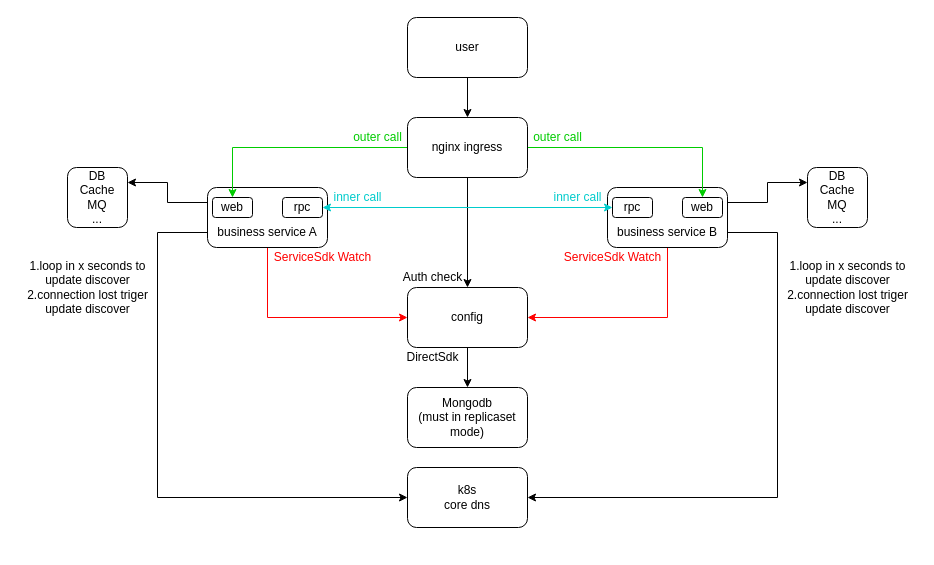
Earlier version of the draw.io diagram Corelib.drawio (chenjie199234/Corelib). Source tidied: cells renumbered, new cells numbered last; positions are measured from the earlier drawing's top-left corner, leaving out a move shared by most shapes. Both pictures are drawn from the tidied source at 100%, with x=0, y=0 at pixel (17, 17).
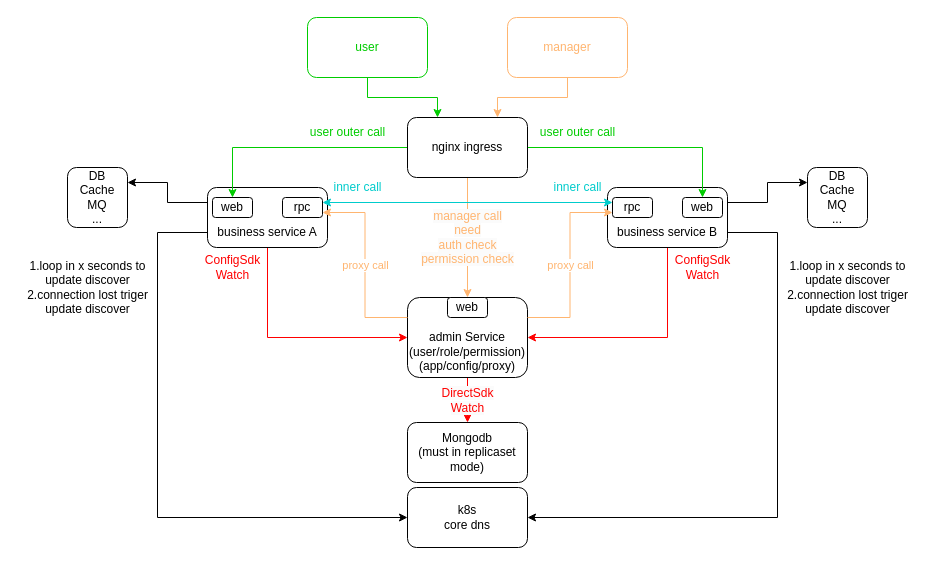
The same diagram, later.

Unchanged cells that the change refers to:
```xml
<mxCell id="9" value="&lt;br&gt;&lt;br&gt;business service A" style="rounded=1;whiteSpace=wrap;html=1;" parent="1" vertex="1">
  <mxGeometry x="190" y="170" width="120" height="60" as="geometry" />
</mxCell>
<mxCell id="13" value="&lt;br&gt;&lt;br&gt;business service B" style="rounded=1;whiteSpace=wrap;html=1;" parent="1" vertex="1">
  <mxGeometry x="590" y="170" width="120" height="60" as="geometry" />
</mxCell>
<mxCell id="19" value="&lt;font color=&quot;#000000&quot;&gt;nginx ingress&lt;/font&gt;" style="rounded=1;whiteSpace=wrap;html=1;fontColor=#FF0000;" parent="1" vertex="1">
  <mxGeometry x="390" y="100" width="120" height="60" as="geometry" />
</mxCell>
<mxCell id="27" value="rpc" style="rounded=1;whiteSpace=wrap;html=1;" parent="1" vertex="1">
  <mxGeometry x="265" y="180" width="40" height="20" as="geometry" />
</mxCell>
<mxCell id="28" value="rpc" style="rounded=1;whiteSpace=wrap;html=1;" parent="1" vertex="1">
  <mxGeometry x="595" y="180" width="40" height="20" as="geometry" />
</mxCell>
```

The edit, as a diff of the source:
```diff
@@
     <mxCell id="2" value="Mongodb&lt;br&gt;(must in replicaset mode)" style="rounded=1;whiteSpace=wrap;html=1;" parent="1" vertex="1">
-      <mxGeometry x="390" y="370" width="120" height="60" as="geometry" />
+      <mxGeometry x="390" y="405" width="120" height="60" as="geometry" />
     </mxCell>
-    <mxCell id="3" style="edgeStyle=orthogonalEdgeStyle;rounded=0;jettySize=auto;html=1;exitX=0.5;exitY=1;exitDx=0;exitDy=0;entryX=0.5;entryY=0;entryDx=0;entryDy=0;fontColor=#FF0000;strokeColor=#000000;" parent="1" edge="1" source="4" target="2">
+    <mxCell id="3" value="&lt;span style=&quot;caret-color: rgb(0, 0, 0); font-family: Helvetica; font-size: 12px; font-style: normal; font-variant-caps: normal; font-weight: 400; letter-spacing: normal; text-align: center; text-indent: 0px; text-transform: none; word-spacing: 0px; -webkit-text-stroke-width: 0px; background-color: rgb(251, 251, 251); text-decoration: none; float: none; display: inline !important;&quot;&gt;DirectSdk&lt;/span&gt;&lt;br style=&quot;border-color: var(--border-color); caret-color: rgb(0, 0, 0); font-family: Helvetica; font-size: 12px; font-style: normal; font-variant-caps: normal; font-weight: 400; letter-spacing: normal; text-align: center; text-indent: 0px; text-transform: none; word-spacing: 0px; -webkit-text-stroke-width: 0px; text-decoration: none;&quot;&gt;&lt;span style=&quot;caret-color: rgb(0, 0, 0); font-family: Helvetica; font-size: 12px; font-style: normal; font-variant-caps: normal; font-weight: 400; letter-spacing: normal; text-align: center; text-indent: 0px; text-transform: none; word-spacing: 0px; -webkit-text-stroke-width: 0px; background-color: rgb(251, 251, 251); text-decoration: none; float: none; display: inline !important;&quot;&gt;Watch&lt;/span&gt;" style="edgeStyle=orthogonalEdgeStyle;rounded=0;jettySize=auto;html=1;exitX=0.5;exitY=1;exitDx=0;exitDy=0;entryX=0.5;entryY=0;entryDx=0;entryDy=0;fontColor=#FF0000;strokeColor=#FF0000;" parent="1" edge="1" source="4" target="2">
       <mxGeometry relative="1" as="geometry" />
     </mxCell>
-    <mxCell id="4" value="config" style="rounded=1;whiteSpace=wrap;html=1;" parent="1" vertex="1">
-      <mxGeometry x="390" y="270" width="120" height="60" as="geometry" />
+    <mxCell id="4" value="&lt;br&gt;&lt;br&gt;admin Service&lt;br&gt;(user/role/permission)&lt;br&gt;(app/config/proxy)" style="rounded=1;whiteSpace=wrap;html=1;" parent="1" vertex="1">
+      <mxGeometry x="390" y="280" width="120" height="80" as="geometry" />
     </mxCell>
-    <mxCell id="5" value="DirectSdk" style="text;html=1;align=center;verticalAlign=middle;strokeColor=none;fillColor=none;" parent="1" vertex="1">
-      <mxGeometry x="380" y="330" width="70" height="20" as="geometry" />
-    </mxCell>
@@
     <mxCell id="8" style="edgeStyle=orthogonalEdgeStyle;rounded=0;jettySize=auto;html=1;exitX=0;exitY=0.75;exitDx=0;exitDy=0;entryX=0;entryY=0.5;entryDx=0;entryDy=0;fontColor=#000000;strokeColor=#000000;" parent="1" edge="1" source="9" target="34">
       <mxGeometry relative="1" as="geometry">
         <Array as="points">
           <mxPoint x="140" y="215" />
-          <mxPoint x="140" y="480" />
+          <mxPoint x="140" y="500" />
         </Array>
       </mxGeometry>
     </mxCell>
@@
     <mxCell id="12" style="edgeStyle=orthogonalEdgeStyle;rounded=0;jettySize=auto;html=1;exitX=1;exitY=0.75;exitDx=0;exitDy=0;entryX=1;entryY=0.5;entryDx=0;entryDy=0;fontColor=#000000;strokeColor=#000000;" parent="1" edge="1" source="13" target="34">
       <mxGeometry relative="1" as="geometry">
         <Array as="points">
           <mxPoint x="760" y="215" />
-          <mxPoint x="760" y="480" />
+          <mxPoint x="760" y="500" />
         </Array>
       </mxGeometry>
     </mxCell>
@@
-    <mxCell id="14" value="&lt;font color=&quot;#ff0000&quot;&gt;ServiceSdk Watch&lt;/font&gt;" style="text;html=1;align=center;verticalAlign=middle;strokeColor=none;fillColor=none;" parent="1" vertex="1">
-      <mxGeometry x="250" y="230" width="110" height="20" as="geometry" />
+    <mxCell id="14" value="&lt;font color=&quot;#ff0000&quot;&gt;ConfigSdk&lt;br&gt;Watch&lt;/font&gt;" style="text;html=1;align=center;verticalAlign=middle;strokeColor=none;fillColor=none;" parent="1" vertex="1">
+      <mxGeometry x="175" y="230" width="80" height="40" as="geometry" />
     </mxCell>
-    <mxCell id="15" value="&lt;font color=&quot;#ff0000&quot;&gt;ServiceSdk Watch&lt;/font&gt;" style="text;html=1;align=center;verticalAlign=middle;strokeColor=none;fillColor=none;" parent="1" vertex="1">
-      <mxGeometry x="540" y="230" width="110" height="20" as="geometry" />
+    <mxCell id="15" value="&lt;font color=&quot;#ff0000&quot;&gt;ConfigSdk&lt;br&gt;Watch&lt;/font&gt;" style="text;html=1;align=center;verticalAlign=middle;strokeColor=none;fillColor=none;" parent="1" vertex="1">
+      <mxGeometry x="645" y="230" width="80" height="40" as="geometry" />
     </mxCell>
-    <mxCell id="16" style="edgeStyle=orthogonalEdgeStyle;rounded=0;jettySize=auto;html=1;exitX=0.5;exitY=1;exitDx=0;exitDy=0;entryX=0.5;entryY=0;entryDx=0;entryDy=0;fontColor=#000000;strokeColor=#000000;" parent="1" edge="1" source="19" target="4">
+    <mxCell id="16" value="&lt;span style=&quot;caret-color: rgb(0, 0, 0); font-family: Helvetica; font-size: 12px; font-style: normal; font-variant-caps: normal; font-weight: 400; letter-spacing: normal; text-align: center; text-indent: 0px; text-transform: none; word-spacing: 0px; -webkit-text-stroke-width: 0px; background-color: rgb(251, 251, 251); text-decoration: none; float: none; display: inline !important;&quot;&gt;&lt;font color=&quot;#ffb570&quot;&gt;manager call&lt;br&gt;need&lt;br&gt;auth check&lt;br&gt;permission check&lt;br&gt;&lt;/font&gt;&lt;/span&gt;" style="edgeStyle=orthogonalEdgeStyle;rounded=0;jettySize=auto;html=1;exitX=0.5;exitY=1;exitDx=0;exitDy=0;entryX=0.5;entryY=0;entryDx=0;entryDy=0;fontColor=#000000;strokeColor=#FFB570;" parent="1" edge="1" source="19" target="4">
       <mxGeometry relative="1" as="geometry" />
     </mxCell>
@@
-    <mxCell id="20" style="edgeStyle=orthogonalEdgeStyle;rounded=0;jettySize=auto;html=1;exitX=0.5;exitY=1;exitDx=0;exitDy=0;fontColor=#000000;strokeColor=#000000;" parent="1" edge="1" source="21" target="19">
+    <mxCell id="20" style="edgeStyle=orthogonalEdgeStyle;rounded=0;jettySize=auto;html=1;exitX=0.5;exitY=1;exitDx=0;exitDy=0;fontColor=#000000;strokeColor=#00CC00;entryX=0.25;entryY=0;entryDx=0;entryDy=0;" parent="1" edge="1" source="21" target="19">
       <mxGeometry relative="1" as="geometry" />
     </mxCell>
-    <mxCell id="21" value="user" style="rounded=1;whiteSpace=wrap;html=1;fontColor=#000000;" parent="1" vertex="1">
-      <mxGeometry x="390" width="120" height="60" as="geometry" />
+    <mxCell id="21" value="&lt;font color=&quot;#00cc00&quot;&gt;user&lt;/font&gt;" style="rounded=1;whiteSpace=wrap;html=1;fontColor=#000000;strokeColor=#00CC00;" parent="1" vertex="1">
+      <mxGeometry x="290" width="120" height="60" as="geometry" />
     </mxCell>
-    <mxCell id="22" value="Auth check" style="text;html=1;align=center;verticalAlign=middle;strokeColor=none;fillColor=none;fontColor=#000000;" parent="1" vertex="1">
-      <mxGeometry x="380" y="250" width="70" height="20" as="geometry" />
-    </mxCell>
@@
-    <mxCell id="29" style="endArrow=classic;startArrow=classic;html=1;rounded=0;exitX=1;exitY=0.5;exitDx=0;exitDy=0;entryX=0;entryY=0.5;entryDx=0;entryDy=0;strokeColor=#00CCCC;" parent="1" edge="1" source="27" target="28">
+    <mxCell id="29" style="endArrow=classic;startArrow=classic;html=1;rounded=0;exitX=1;exitY=0.25;exitDx=0;exitDy=0;entryX=0;entryY=0.25;entryDx=0;entryDy=0;strokeColor=#00CCCC;" parent="1" edge="1" source="27" target="28">
       <mxGeometry relative="1" as="geometry" />
     </mxCell>
-    <mxCell id="30" value="&lt;font color=&quot;#00cc00&quot;&gt;outer call&lt;/font&gt;" style="text;html=1;align=center;verticalAlign=middle;strokeColor=none;fillColor=none;" parent="1" vertex="1">
-      <mxGeometry x="510" y="110" width="60" height="20" as="geometry" />
+    <mxCell id="30" value="&lt;font color=&quot;#00cc00&quot;&gt;user outer call&lt;/font&gt;" style="text;html=1;align=center;verticalAlign=middle;strokeColor=none;fillColor=none;" parent="1" vertex="1">
+      <mxGeometry x="510" y="100" width="100" height="30" as="geometry" />
     </mxCell>
-    <mxCell id="31" value="&lt;font color=&quot;#00cc00&quot;&gt;outer call&lt;/font&gt;" style="text;html=1;align=center;verticalAlign=middle;strokeColor=none;fillColor=none;" parent="1" vertex="1">
-      <mxGeometry x="330" y="110" width="60" height="20" as="geometry" />
+    <mxCell id="31" value="&lt;font color=&quot;#00cc00&quot;&gt;user outer call&lt;/font&gt;" style="text;html=1;align=center;verticalAlign=middle;strokeColor=none;fillColor=none;" parent="1" vertex="1">
+      <mxGeometry x="280" y="100" width="100" height="30" as="geometry" />
     </mxCell>
     <mxCell id="32" value="&lt;font color=&quot;#00cccc&quot;&gt;inner call&lt;/font&gt;" style="text;html=1;align=center;verticalAlign=middle;strokeColor=none;fillColor=none;fontColor=#00CC00;" parent="1" vertex="1">
-      <mxGeometry x="310" y="170" width="60" height="20" as="geometry" />
+      <mxGeometry x="310" y="160" width="60" height="20" as="geometry" />
     </mxCell>
     <mxCell id="33" value="&lt;font color=&quot;#00cccc&quot;&gt;inner call&lt;/font&gt;" style="text;html=1;align=center;verticalAlign=middle;strokeColor=none;fillColor=none;fontColor=#00CC00;" parent="1" vertex="1">
-      <mxGeometry x="530" y="170" width="60" height="20" as="geometry" />
+      <mxGeometry x="530" y="160" width="60" height="20" as="geometry" />
     </mxCell>
     <mxCell id="34" value="&lt;font color=&quot;#000000&quot;&gt;k8s&lt;br&gt;core dns&lt;/font&gt;" style="rounded=1;whiteSpace=wrap;html=1;fontColor=#00CCCC;" parent="1" vertex="1">
-      <mxGeometry x="390" y="450" width="120" height="60" as="geometry" />
+      <mxGeometry x="390" y="470" width="120" height="60" as="geometry" />
     </mxCell>
@@
+    <mxCell id="37" value="&lt;font color=&quot;#ffb570&quot;&gt;proxy call&lt;/font&gt;" style="edgeStyle=orthogonalEdgeStyle;rounded=0;jettySize=auto;html=1;exitX=1;exitY=0.25;exitDx=0;exitDy=0;entryX=0;entryY=0.75;entryDx=0;entryDy=0;strokeColor=#FFB570;" parent="1" edge="1" source="4" target="28">
+      <mxGeometry relative="1" as="geometry" />
+    </mxCell>
+    <mxCell id="38" value="&lt;font color=&quot;#ffb570&quot;&gt;proxy call&lt;/font&gt;" style="edgeStyle=orthogonalEdgeStyle;rounded=0;jettySize=auto;html=1;exitX=0;exitY=0.25;exitDx=0;exitDy=0;entryX=1;entryY=0.75;entryDx=0;entryDy=0;strokeColor=#FFB570;" parent="1" edge="1" source="4" target="27">
+      <mxGeometry relative="1" as="geometry" />
+    </mxCell>
+    <mxCell id="39" value="web" style="rounded=1;whiteSpace=wrap;html=1;" parent="1" vertex="1">
+      <mxGeometry x="430" y="280" width="40" height="20" as="geometry" />
+    </mxCell>
+    <mxCell id="40" style="edgeStyle=orthogonalEdgeStyle;rounded=0;jettySize=auto;html=1;exitX=0.5;exitY=1;exitDx=0;exitDy=0;entryX=0.75;entryY=0;entryDx=0;entryDy=0;strokeColor=#FFB570;" parent="1" edge="1" source="41" target="19">
+      <mxGeometry relative="1" as="geometry" />
+    </mxCell>
+    <mxCell id="41" value="&lt;font color=&quot;#ffb570&quot;&gt;manager&lt;/font&gt;" style="rounded=1;whiteSpace=wrap;html=1;strokeColor=#FFB570;" parent="1" vertex="1">
+      <mxGeometry x="490" width="120" height="60" as="geometry" />
+    </mxCell>
```
